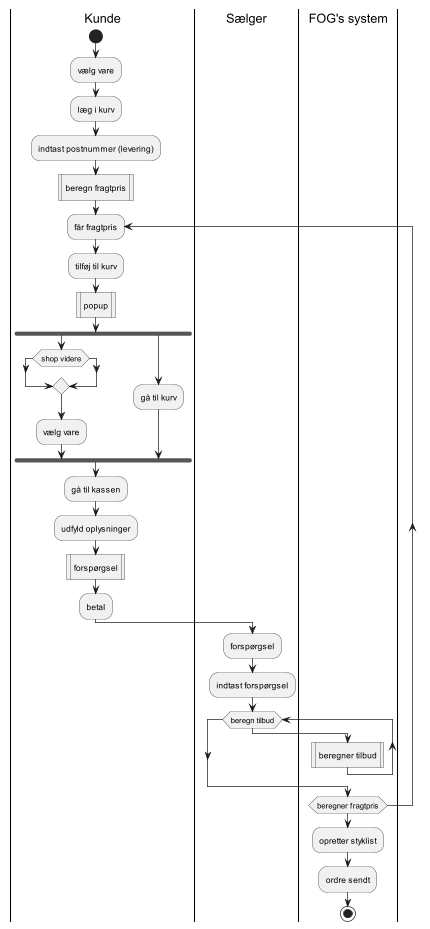
Before: src/main/resources/diagrams/Activitydiagram/images/AS IS - 29-04.png, a diagram exported from PlantUML (RodneyMuyanga/2.-semesterprojekt-FOG). Source of this version:
```plantuml
@startuml
|Kunde|
start
    :vælg vare;
    :læg i kurv;
    :indtast postnummer (levering);
    :beregn fragtpris|
repeat:får fragtpris;
    :tilføj til kurv;
    :popup|
fork
if(shop videre) then
end if
    :vælg vare;

fork again
    :gå til kurv;
endfork
    :gå til kassen;
    :udfyld oplysninger;
    :forspørgsel|
    :betal;

|Sælger|
    :forspørgsel;
    :indtast forspørgsel;

while (beregn tilbud)
|FOG's system|

    :beregner tilbud|
endwhile
repeat while (beregner fragtpris)
    :opretter styklist;
    :ordre sendt;


stop
@enduml
```
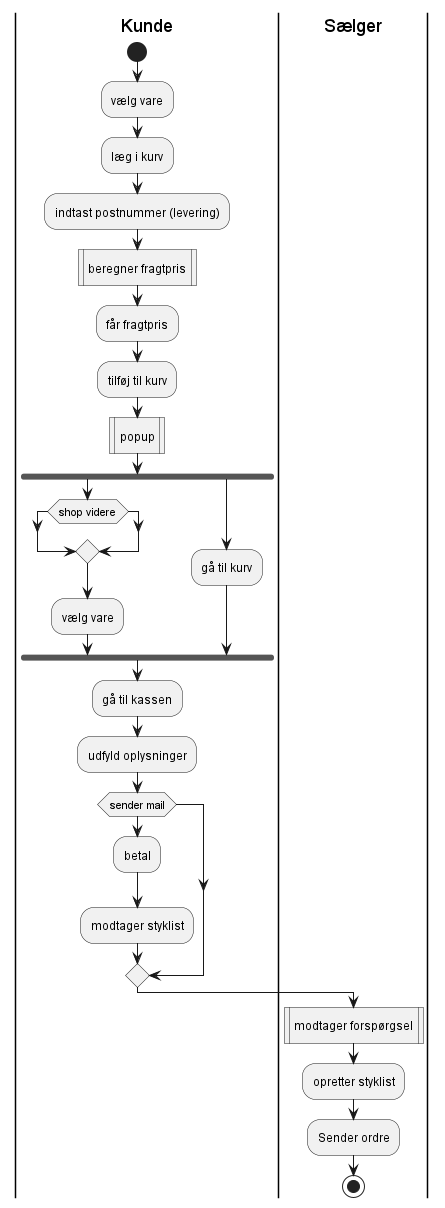
Later version of the same file.

Commit message:
Updateret aktivitets diagram.

Diff of the diagram source:
```diff
@@ -4,8 +4,8 @@
     :vælg vare;
     :læg i kurv;
     :indtast postnummer (levering);
-    :beregn fragtpris|
-repeat:får fragtpris;
+    :beregner fragtpris|
+    :får fragtpris;
     :tilføj til kurv;
     :popup|
 fork
@@ -18,22 +18,14 @@
 endfork
     :gå til kassen;
     :udfyld oplysninger;
-    :forspørgsel|
+    if(sender mail)
     :betal;
+    :modtager styklist;
+    endif
 
 |Sælger|
-    :forspørgsel;
-    :indtast forspørgsel;
-
-while (beregn tilbud)
-|FOG's system|
-
-    :beregner tilbud|
-endwhile
-repeat while (beregner fragtpris)
+    :modtager forspørgsel|
     :opretter styklist;
-    :ordre sendt;
-
-
+    :Sender ordre;
 stop
 @enduml
```
